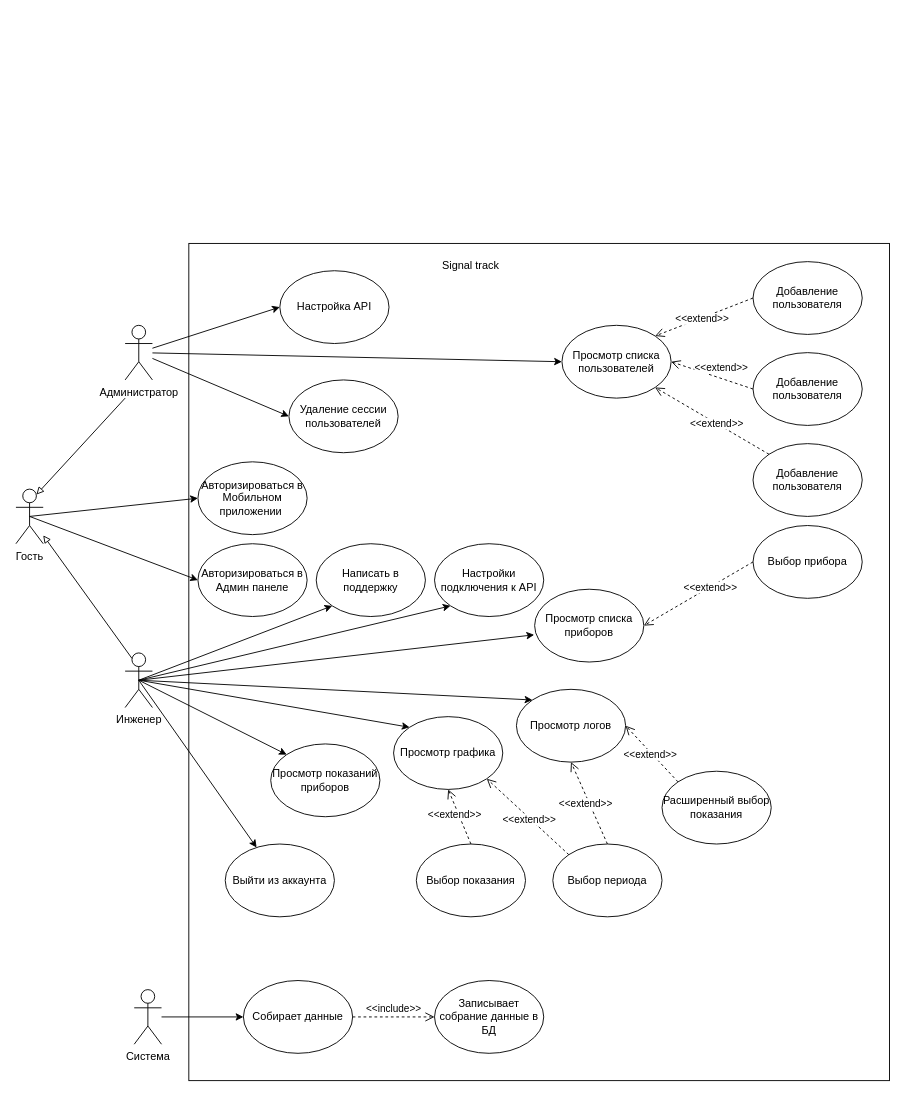
The draw.io diagram app_diagrams/Usecase.drawio in Skverno-Slov/Pract, before the edit. Source tidied: cells renumbered, new cells numbered last; positions are measured from the earlier drawing's top-left corner, leaving out a move shared by most shapes. Both pictures are drawn from the tidied source at 91%, with x=0, y=0 at pixel (15, 243).
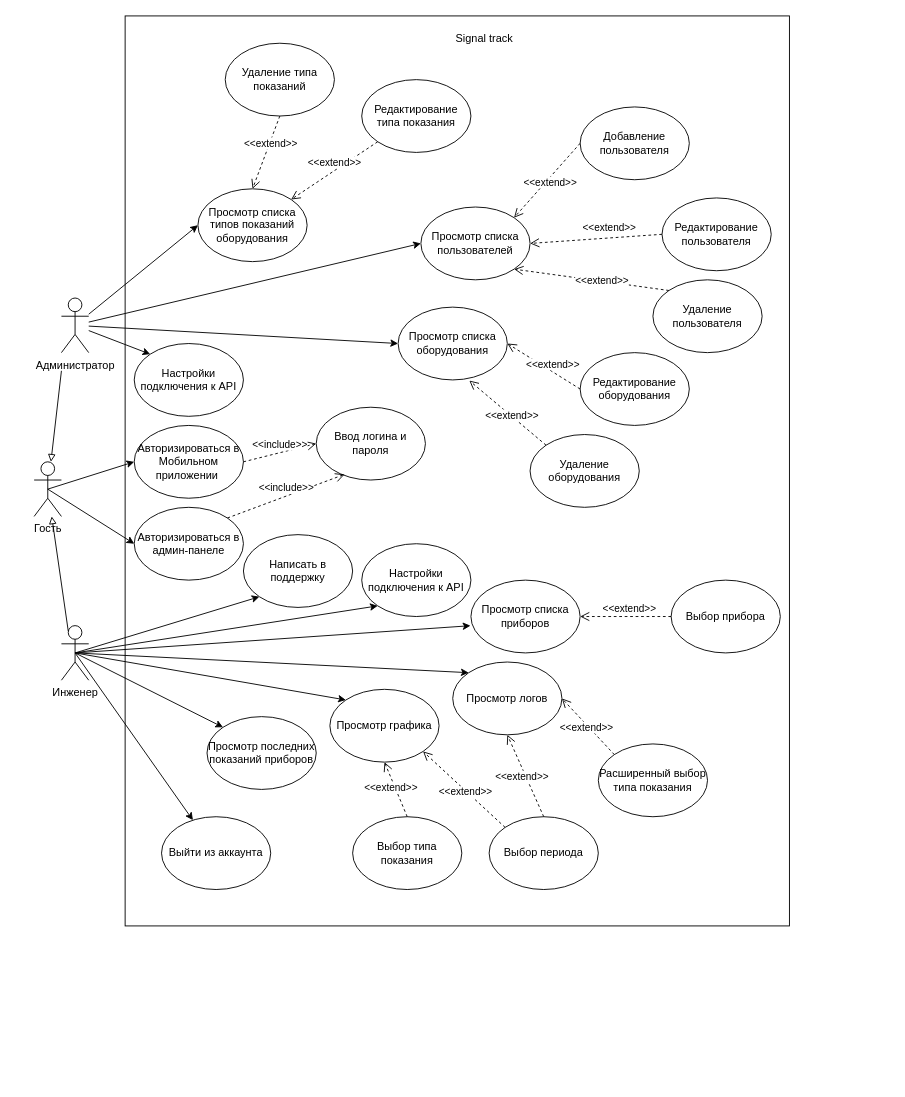
The same diagram, later.

The edit, as a diff of the source:
```diff
@@
     <mxCell id="2" style="rounded=0;whiteSpace=wrap;html=1;fillColor=none;" parent="1" vertex="1">
-      <mxGeometry x="190" width="770" height="920" as="geometry" />
+      <mxGeometry x="120" y="-250" width="730" height="1000" as="geometry" />
     </mxCell>
     <mxCell id="3" value="Signal track" style="text;html=1;whiteSpace=wrap;strokeColor=none;fillColor=none;align=center;verticalAlign=middle;rounded=0;" parent="1" vertex="1">
-      <mxGeometry x="465" y="10" width="70" height="30" as="geometry" />
+      <mxGeometry x="480" y="-240" width="70" height="30" as="geometry" />
     </mxCell>
     <mxCell id="4" value="Просмотр списка пользователей" style="ellipse;whiteSpace=wrap;html=1;" parent="1" vertex="1">
-      <mxGeometry x="600" y="90" width="120" height="80" as="geometry" />
+      <mxGeometry x="445" y="-40" width="120" height="80" as="geometry" />
     </mxCell>
     <mxCell id="5" value="Администратор" style="shape=umlActor;verticalLabelPosition=bottom;verticalAlign=top;html=1;outlineConnect=0;" parent="1" vertex="1">
-      <mxGeometry x="120" y="90" width="30" height="60" as="geometry" />
+      <mxGeometry x="50" y="60" width="30" height="60" as="geometry" />
     </mxCell>
-    <mxCell id="6" value="Система" style="shape=umlActor;verticalLabelPosition=bottom;verticalAlign=top;html=1;outlineConnect=0;" parent="1" vertex="1">
-      <mxGeometry x="130" y="820" width="30" height="60" as="geometry" />
-    </mxCell>
     <mxCell id="7" value="Инженер" style="shape=umlActor;verticalLabelPosition=bottom;verticalAlign=top;html=1;outlineConnect=0;" parent="1" vertex="1">
-      <mxGeometry x="120" y="450" width="30" height="60" as="geometry" />
+      <mxGeometry x="50" y="420" width="30" height="60" as="geometry" />
     </mxCell>
     <mxCell id="8" value="Гость" style="shape=umlActor;verticalLabelPosition=bottom;verticalAlign=top;html=1;outlineConnect=0;" parent="1" vertex="1">
-      <mxGeometry y="270" width="30" height="60" as="geometry" />
+      <mxGeometry x="20" y="240" width="30" height="60" as="geometry" />
     </mxCell>
-    <mxCell id="9" style="endArrow=block;html=1;rounded=0;endFill=0;entryX=0.75;entryY=0.1;entryDx=0;entryDy=0;entryPerimeter=0;" parent="1" edge="1" target="8">
+    <mxCell id="9" style="endArrow=block;html=1;rounded=0;endFill=0;" parent="1" edge="1" target="8">
       <mxGeometry relative="1" as="geometry">
-        <mxPoint x="120" y="170" as="sourcePoint" />
+        <mxPoint x="50" y="140" as="sourcePoint" />
       </mxGeometry>
     </mxCell>
@@
     <mxCell id="12" value="Добавление пользователя" style="ellipse;whiteSpace=wrap;html=1;" parent="1" vertex="1">
-      <mxGeometry x="810" y="20" width="120" height="80" as="geometry" />
+      <mxGeometry x="620" y="-150" width="120" height="80" as="geometry" />
     </mxCell>
-    <mxCell id="13" value="Добавление пользователя" style="ellipse;whiteSpace=wrap;html=1;" parent="1" vertex="1">
-      <mxGeometry x="810" y="120" width="120" height="80" as="geometry" />
+    <mxCell id="13" value="Редактирование пользователя" style="ellipse;whiteSpace=wrap;html=1;" parent="1" vertex="1">
+      <mxGeometry x="710" y="-50" width="120" height="80" as="geometry" />
     </mxCell>
-    <mxCell id="14" value="Добавление пользователя" style="ellipse;whiteSpace=wrap;html=1;" parent="1" vertex="1">
-      <mxGeometry x="810" y="220" width="120" height="80" as="geometry" />
+    <mxCell id="14" value="Удаление пользователя" style="ellipse;whiteSpace=wrap;html=1;" parent="1" vertex="1">
+      <mxGeometry x="700" y="40" width="120" height="80" as="geometry" />
     </mxCell>
@@
-    <mxCell id="18" value="Собирает данные" style="ellipse;whiteSpace=wrap;html=1;" parent="1" vertex="1">
-      <mxGeometry x="250" y="810" width="120" height="80" as="geometry" />
-    </mxCell>
-    <mxCell id="19" value="Записывает собрание данные в БД" style="ellipse;whiteSpace=wrap;html=1;" parent="1" vertex="1">
-      <mxGeometry x="460" y="810" width="120" height="80" as="geometry" />
-    </mxCell>
-    <mxCell id="20" style="endArrow=classic;html=1;rounded=0;entryX=0;entryY=0.5;entryDx=0;entryDy=0;" parent="1" edge="1" source="6" target="18">
-      <mxGeometry relative="1" as="geometry" />
-    </mxCell>
-    <mxCell id="21" value="&amp;lt;&amp;lt;include&amp;gt;&amp;gt;" style="html=1;verticalAlign=bottom;endArrow=open;dashed=1;endSize=8;curved=0;rounded=0;entryX=0;entryY=0.5;entryDx=0;entryDy=0;exitX=1;exitY=0.5;exitDx=0;exitDy=0;" parent="1" edge="1" source="18" target="19">
-      <mxGeometry relative="1" as="geometry" />
-    </mxCell>
-    <mxCell id="22" value="Настройка API" style="ellipse;whiteSpace=wrap;html=1;" parent="1" vertex="1">
-      <mxGeometry x="290" y="30" width="120" height="80" as="geometry" />
+    <mxCell id="22" value="Просмотр списка типов показаний оборудования" style="ellipse;whiteSpace=wrap;html=1;" parent="1" vertex="1">
+      <mxGeometry x="200" y="-60" width="120" height="80" as="geometry" />
     </mxCell>
@@
-    <mxCell id="24" value="Удаление сессии пользователей" style="ellipse;whiteSpace=wrap;html=1;" parent="1" vertex="1">
-      <mxGeometry x="300" y="150" width="120" height="80" as="geometry" />
+    <mxCell id="24" value="Просмотр списка оборудования" style="ellipse;whiteSpace=wrap;html=1;" parent="1" vertex="1">
+      <mxGeometry x="420" y="70" width="120" height="80" as="geometry" />
     </mxCell>
@@
     <mxCell id="26" value="Написать в поддержку" style="ellipse;whiteSpace=wrap;html=1;" parent="1" vertex="1">
-      <mxGeometry x="330" y="330" width="120" height="80" as="geometry" />
+      <mxGeometry x="250" y="320" width="120" height="80" as="geometry" />
     </mxCell>
     <mxCell id="27" value="Настройки подключения к API" style="ellipse;whiteSpace=wrap;html=1;" parent="1" vertex="1">
-      <mxGeometry x="460" y="330" width="120" height="80" as="geometry" />
+      <mxGeometry x="380" y="330" width="120" height="80" as="geometry" />
     </mxCell>
     <mxCell id="28" value="Просмотр списка приборов" style="ellipse;whiteSpace=wrap;html=1;" parent="1" vertex="1">
-      <mxGeometry x="570" y="380" width="120" height="80" as="geometry" />
+      <mxGeometry x="500" y="370" width="120" height="80" as="geometry" />
     </mxCell>
     <mxCell id="29" value="Выбор прибора" style="ellipse;whiteSpace=wrap;html=1;" parent="1" vertex="1">
-      <mxGeometry x="810" y="310" width="120" height="80" as="geometry" />
+      <mxGeometry x="720" y="370" width="120" height="80" as="geometry" />
     </mxCell>
     <mxCell id="30" value="&amp;lt;&amp;lt;extend&amp;gt;&amp;gt;" style="html=1;verticalAlign=bottom;endArrow=open;dashed=1;endSize=8;curved=0;rounded=0;entryX=1;entryY=0.5;entryDx=0;entryDy=0;exitX=0;exitY=0.5;exitDx=0;exitDy=0;" parent="1" edge="1" source="29" target="28">
-      <mxGeometry x="-0.15" y="8" relative="1" as="geometry" />
+      <mxGeometry x="-0.08" relative="1" as="geometry" />
     </mxCell>
-    <mxCell id="31" value="Просмотр показаний приборов" style="ellipse;whiteSpace=wrap;html=1;" parent="1" vertex="1">
-      <mxGeometry x="280" y="550" width="120" height="80" as="geometry" />
+    <mxCell id="31" value="Просмотр последних показаний приборов" style="ellipse;whiteSpace=wrap;html=1;" parent="1" vertex="1">
+      <mxGeometry x="210" y="520" width="120" height="80" as="geometry" />
     </mxCell>
     <mxCell id="32" value="Выйти из аккаунта" style="ellipse;whiteSpace=wrap;html=1;" parent="1" vertex="1">
-      <mxGeometry x="230" y="660" width="120" height="80" as="geometry" />
+      <mxGeometry x="160" y="630" width="120" height="80" as="geometry" />
     </mxCell>
     <mxCell id="33" value="Просмотр графика" style="ellipse;whiteSpace=wrap;html=1;" parent="1" vertex="1">
-      <mxGeometry x="415" y="520" width="120" height="80" as="geometry" />
+      <mxGeometry x="345" y="490" width="120" height="80" as="geometry" />
     </mxCell>
     <mxCell id="34" value="Просмотр логов" style="ellipse;whiteSpace=wrap;html=1;" parent="1" vertex="1">
-      <mxGeometry x="550" y="490" width="120" height="80" as="geometry" />
+      <mxGeometry x="480" y="460" width="120" height="80" as="geometry" />
     </mxCell>
     <mxCell id="35" value="Выбор периода" style="ellipse;whiteSpace=wrap;html=1;" parent="1" vertex="1">
-      <mxGeometry x="590" y="660" width="120" height="80" as="geometry" />
+      <mxGeometry x="520" y="630" width="120" height="80" as="geometry" />
     </mxCell>
-    <mxCell id="36" value="Выбор показания" style="ellipse;whiteSpace=wrap;html=1;" parent="1" vertex="1">
-      <mxGeometry x="440" y="660" width="120" height="80" as="geometry" />
+    <mxCell id="36" value="Выбор типа показания" style="ellipse;whiteSpace=wrap;html=1;" parent="1" vertex="1">
+      <mxGeometry x="370" y="630" width="120" height="80" as="geometry" />
     </mxCell>
-    <mxCell id="37" value="Расширенный выбор показания" style="ellipse;whiteSpace=wrap;html=1;" parent="1" vertex="1">
-      <mxGeometry x="710" y="580" width="120" height="80" as="geometry" />
+    <mxCell id="37" value="Расширенный выбор типа показания" style="ellipse;whiteSpace=wrap;html=1;" parent="1" vertex="1">
+      <mxGeometry x="640" y="550" width="120" height="80" as="geometry" />
     </mxCell>
     <mxCell id="38" value="Авторизироваться в Мобильном приложении&amp;nbsp;" style="ellipse;whiteSpace=wrap;html=1;" parent="1" vertex="1">
-      <mxGeometry x="200" y="240" width="120" height="80" as="geometry" />
+      <mxGeometry x="130" y="200" width="120" height="80" as="geometry" />
     </mxCell>
-    <mxCell id="39" value="Авторизироваться в Админ панеле" style="ellipse;whiteSpace=wrap;html=1;" parent="1" vertex="1">
-      <mxGeometry x="200" y="330" width="120" height="80" as="geometry" />
+    <mxCell id="39" value="Авторизироваться в админ-панеле" style="ellipse;whiteSpace=wrap;html=1;" parent="1" vertex="1">
+      <mxGeometry x="130" y="290" width="120" height="80" as="geometry" />
     </mxCell>
@@
     <mxCell id="44" style="endArrow=classic;html=1;rounded=0;entryX=-0.004;entryY=0.626;entryDx=0;entryDy=0;entryPerimeter=0;" parent="1" edge="1" target="28">
       <mxGeometry relative="1" as="geometry">
-        <mxPoint x="135" y="480" as="sourcePoint" />
+        <mxPoint x="65" y="450" as="sourcePoint" />
       </mxGeometry>
     </mxCell>
@@
+    <mxCell id="53" value="Настройки подключения к API" style="ellipse;whiteSpace=wrap;html=1;" parent="1" vertex="1">
+      <mxGeometry x="130" y="110" width="120" height="80" as="geometry" />
+    </mxCell>
+    <mxCell id="54" style="endArrow=classic;html=1;rounded=0;entryX=0;entryY=0;entryDx=0;entryDy=0;" parent="1" edge="1" source="5" target="53">
+      <mxGeometry relative="1" as="geometry" />
+    </mxCell>
+    <mxCell id="55" value="Удаление оборудования" style="ellipse;whiteSpace=wrap;html=1;" parent="1" vertex="1">
+      <mxGeometry x="565" y="210" width="120" height="80" as="geometry" />
+    </mxCell>
+    <mxCell id="56" value="Редактирование оборудования" style="ellipse;whiteSpace=wrap;html=1;" parent="1" vertex="1">
+      <mxGeometry x="620" y="120" width="120" height="80" as="geometry" />
+    </mxCell>
+    <mxCell id="57" value="&amp;lt;&amp;lt;extend&amp;gt;&amp;gt;" style="html=1;verticalAlign=bottom;endArrow=open;dashed=1;endSize=8;curved=0;rounded=0;entryX=1;entryY=0.5;entryDx=0;entryDy=0;exitX=0;exitY=0.5;exitDx=0;exitDy=0;" parent="1" edge="1" source="56" target="24">
+      <mxGeometry x="-0.26" y="1" relative="1" as="geometry" />
+    </mxCell>
+    <mxCell id="58" value="&amp;lt;&amp;lt;extend&amp;gt;&amp;gt;" style="html=1;verticalAlign=bottom;endArrow=open;dashed=1;endSize=8;curved=0;rounded=0;entryX=0.652;entryY=1.009;entryDx=0;entryDy=0;exitX=0;exitY=0;exitDx=0;exitDy=0;entryPerimeter=0;" parent="1" edge="1" source="55" target="24">
+      <mxGeometry x="-0.18" y="7" relative="1" as="geometry">
+        <mxPoint x="1" as="offset" />
+      </mxGeometry>
+    </mxCell>
+    <mxCell id="59" value="Редактирование типа показания" style="ellipse;whiteSpace=wrap;html=1;" parent="1" vertex="1">
+      <mxGeometry x="380" y="-180" width="120" height="80" as="geometry" />
+    </mxCell>
+    <mxCell id="60" value="Удаление типа показаний" style="ellipse;whiteSpace=wrap;html=1;" parent="1" vertex="1">
+      <mxGeometry x="230" y="-220" width="120" height="80" as="geometry" />
+    </mxCell>
+    <mxCell id="61" value="&amp;lt;&amp;lt;extend&amp;gt;&amp;gt;" style="html=1;verticalAlign=bottom;endArrow=open;dashed=1;endSize=8;curved=0;rounded=0;entryX=0.5;entryY=0;entryDx=0;entryDy=0;exitX=0.5;exitY=1;exitDx=0;exitDy=0;" parent="1" edge="1" source="60" target="22">
+      <mxGeometry x="-0.04" y="5" relative="1" as="geometry">
+        <mxPoint y="-1" as="offset" />
+      </mxGeometry>
+    </mxCell>
+    <mxCell id="62" value="&amp;lt;&amp;lt;extend&amp;gt;&amp;gt;" style="html=1;verticalAlign=bottom;endArrow=open;dashed=1;endSize=8;curved=0;rounded=0;entryX=1;entryY=0;entryDx=0;entryDy=0;exitX=0;exitY=1;exitDx=0;exitDy=0;" parent="1" edge="1" source="59" target="22">
+      <mxGeometry relative="1" as="geometry" />
+    </mxCell>
+    <mxCell id="63" value="Ввод логина и пароля" style="ellipse;whiteSpace=wrap;html=1;" parent="1" vertex="1">
+      <mxGeometry x="330" y="180" width="120" height="80" as="geometry" />
+    </mxCell>
+    <mxCell id="21" value="&amp;lt;&amp;lt;include&amp;gt;&amp;gt;" style="html=1;verticalAlign=bottom;endArrow=open;dashed=1;endSize=8;curved=0;rounded=0;entryX=0;entryY=0.5;entryDx=0;entryDy=0;exitX=1;exitY=0.5;exitDx=0;exitDy=0;" parent="1" edge="1" source="38" target="63">
+      <mxGeometry relative="1" as="geometry" />
+    </mxCell>
+    <mxCell id="64" value="&amp;lt;&amp;lt;include&amp;gt;&amp;gt;" style="html=1;verticalAlign=bottom;endArrow=open;dashed=1;endSize=8;curved=0;rounded=0;entryX=0.26;entryY=0.922;entryDx=0;entryDy=0;exitX=1;exitY=0;exitDx=0;exitDy=0;entryPerimeter=0;" parent="1" edge="1" source="39" target="63">
+      <mxGeometry relative="1" as="geometry" />
+    </mxCell>
```
